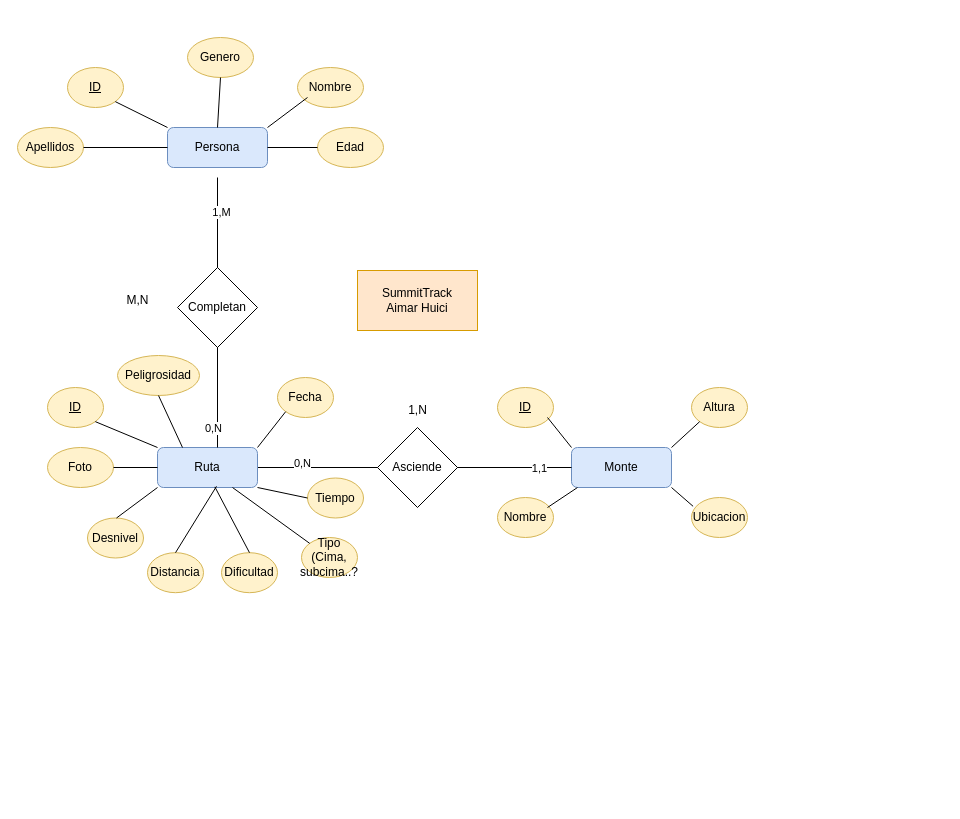
Earlier version of the draw.io diagram SummitTrack.drawio (ahuici/Summitrack). Source tidied: cells renumbered, new cells numbered last; positions are measured from the earlier drawing's top-left corner, leaving out a move shared by most shapes. Both pictures are drawn from the tidied source at 100%, with x=0, y=0 at pixel (17, 37).
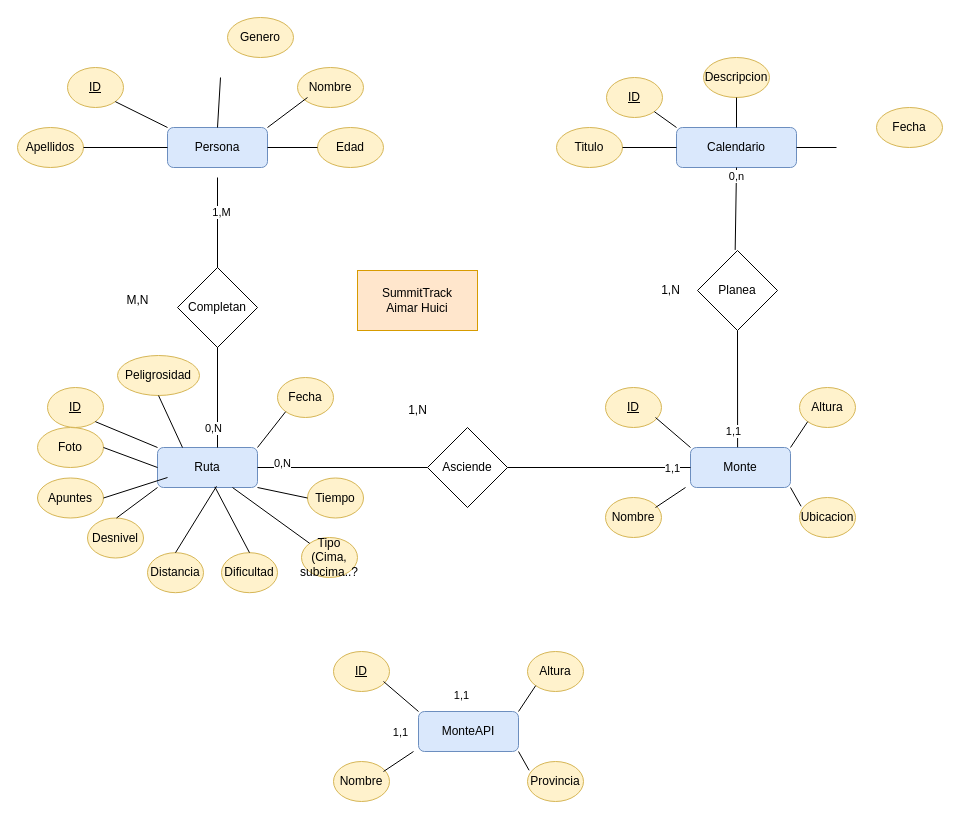
The same diagram, later.

The change refers to these unchanged cells:
```xml
<mxCell id="15" value="Ruta" style="rounded=1;whiteSpace=wrap;html=1;fillColor=#dae8fc;strokeColor=#6c8ebf;" parent="1" vertex="1">
  <mxGeometry x="140" y="410" width="100" height="40" as="geometry" />
</mxCell>
<mxCell id="29" value="Persona" style="rounded=1;whiteSpace=wrap;html=1;fillColor=#dae8fc;strokeColor=#6c8ebf;" parent="1" vertex="1">
  <mxGeometry x="150" y="90" width="100" height="40" as="geometry" />
</mxCell>
```

The edit, as a diff of the source:
```diff
@@
     <mxCell id="3" value="Monte" style="rounded=1;whiteSpace=wrap;html=1;fillColor=#dae8fc;strokeColor=#6c8ebf;" parent="1" vertex="1">
-      <mxGeometry x="554" y="410" width="100" height="40" as="geometry" />
+      <mxGeometry x="673" y="410" width="100" height="40" as="geometry" />
     </mxCell>
     <mxCell id="4" value="Altura" style="ellipse;whiteSpace=wrap;html=1;fillColor=#fff2cc;strokeColor=#d6b656;" parent="1" vertex="1">
-      <mxGeometry x="674" y="350" width="56" height="40" as="geometry" />
+      <mxGeometry x="782" y="350" width="56" height="40" as="geometry" />
     </mxCell>
     <mxCell id="5" value="Nombre" style="ellipse;whiteSpace=wrap;html=1;fillColor=#fff2cc;strokeColor=#d6b656;" parent="1" vertex="1">
-      <mxGeometry x="480" y="460" width="56" height="40" as="geometry" />
+      <mxGeometry x="588" y="460" width="56" height="40" as="geometry" />
     </mxCell>
     <mxCell id="6" style="endArrow=none;html=1;rounded=0;" parent="1" edge="1">
       <mxGeometry relative="1" as="geometry">
-        <mxPoint x="530" y="470" as="sourcePoint" />
-        <mxPoint x="560" y="450" as="targetPoint" />
+        <mxPoint x="638" y="470" as="sourcePoint" />
+        <mxPoint x="668" y="450" as="targetPoint" />
       </mxGeometry>
     </mxCell>
@@
     <mxCell id="8" style="endArrow=none;html=1;rounded=0;entryX=1;entryY=1;entryDx=0;entryDy=0;exitX=0.029;exitY=0.22;exitDx=0;exitDy=0;exitPerimeter=0;" parent="1" edge="1" target="3">
       <mxGeometry relative="1" as="geometry">
-        <mxPoint x="675.6" y="468.8" as="sourcePoint" />
+        <mxPoint x="783.6" y="468.8" as="sourcePoint" />
       </mxGeometry>
     </mxCell>
     <mxCell id="9" value="&lt;u&gt;ID&lt;/u&gt;" style="ellipse;whiteSpace=wrap;html=1;fillColor=#fff2cc;strokeColor=#d6b656;" parent="1" vertex="1">
-      <mxGeometry x="480" y="350" width="56" height="40" as="geometry" />
+      <mxGeometry x="588" y="350" width="56" height="40" as="geometry" />
     </mxCell>
     <mxCell id="10" style="endArrow=none;html=1;rounded=0;entryX=0;entryY=0;entryDx=0;entryDy=0;" parent="1" edge="1" target="3">
       <mxGeometry relative="1" as="geometry">
-        <mxPoint x="530" y="380" as="sourcePoint" />
+        <mxPoint x="638" y="380" as="sourcePoint" />
       </mxGeometry>
     </mxCell>
-    <mxCell id="11" style="endArrow=none;html=1;rounded=0;entryX=0;entryY=0.5;entryDx=0;entryDy=0;exitX=1;exitY=0.5;exitDx=0;exitDy=0;" parent="1" edge="1" source="15" target="3">
+    <mxCell id="11" style="endArrow=none;html=1;rounded=0;entryX=0;entryY=0.5;entryDx=0;entryDy=0;exitX=1;exitY=0.5;exitDx=0;exitDy=0;" parent="1" edge="1" source="14" target="3">
       <mxGeometry relative="1" as="geometry" />
     </mxCell>
@@
-    <mxCell id="13" value="0,N" style="edgeLabel;html=1;align=center;verticalAlign=middle;" parent="11" vertex="1">
-      <mxGeometry x="-0.72" y="5" relative="1" as="geometry" />
-    </mxCell>
-    <mxCell id="14" value="Asciende" style="rhombus;whiteSpace=wrap;html=1;" parent="1" vertex="1">
-      <mxGeometry x="360" y="390" width="80" height="80" as="geometry" />
-    </mxCell>
+    <mxCell id="52" value="1,1" style="edgeLabel;html=1;align=center;verticalAlign=middle;" parent="11" vertex="1">
+      <mxGeometry x="0.79" relative="1" as="geometry">
+        <mxPoint x="-272" y="264" as="offset" />
+      </mxGeometry>
+    </mxCell>
@@
     <mxCell id="26" value="Foto" style="ellipse;whiteSpace=wrap;html=1;fillColor=#fff2cc;strokeColor=#d6b656;" parent="1" vertex="1">
-      <mxGeometry x="30" y="410" width="66" height="40" as="geometry" />
+      <mxGeometry x="20" y="390" width="66" height="40" as="geometry" />
     </mxCell>
@@
     <mxCell id="43" value="Genero" style="ellipse;whiteSpace=wrap;html=1;fillColor=#fff2cc;strokeColor=#d6b656;" parent="1" vertex="1">
-      <mxGeometry x="170" width="66" height="40" as="geometry" />
+      <mxGeometry x="210" y="-20" width="66" height="40" as="geometry" />
     </mxCell>
-    <mxCell id="44" style="endArrow=none;html=1;rounded=0;entryX=0.5;entryY=1;entryDx=0;entryDy=0;exitX=0.5;exitY=0;exitDx=0;exitDy=0;" parent="1" edge="1" source="29" target="43">
-      <mxGeometry relative="1" as="geometry" />
+    <mxCell id="44" style="endArrow=none;html=1;rounded=0;entryX=0.5;entryY=1;entryDx=0;entryDy=0;exitX=0.5;exitY=0;exitDx=0;exitDy=0;" parent="1" edge="1" source="29">
+      <mxGeometry relative="1" as="geometry">
+        <mxPoint x="203" y="40" as="targetPoint" />
+      </mxGeometry>
     </mxCell>
@@
     <mxCell id="51" value="Ubicacion" style="ellipse;whiteSpace=wrap;html=1;fillColor=#fff2cc;strokeColor=#d6b656;" parent="1" vertex="1">
-      <mxGeometry x="674" y="460" width="56" height="40" as="geometry" />
+      <mxGeometry x="782" y="460" width="56" height="40" as="geometry" />
     </mxCell>
+    <mxCell id="53" value="Apuntes" style="ellipse;whiteSpace=wrap;html=1;fillColor=#fff2cc;strokeColor=#d6b656;" parent="1" vertex="1">
+      <mxGeometry x="20" y="440.5" width="66" height="40" as="geometry" />
+    </mxCell>
+    <mxCell id="54" style="endArrow=none;html=1;rounded=0;entryX=0;entryY=0.5;entryDx=0;entryDy=0;exitX=1;exitY=0.5;exitDx=0;exitDy=0;" parent="1" edge="1" source="53">
+      <mxGeometry relative="1" as="geometry">
+        <mxPoint x="150" y="440" as="targetPoint" />
+      </mxGeometry>
+    </mxCell>
+    <mxCell id="55" value="Calendario" style="rounded=1;whiteSpace=wrap;html=1;fillColor=#dae8fc;strokeColor=#6c8ebf;" parent="1" vertex="1">
+      <mxGeometry x="659" y="90" width="120" height="40" as="geometry" />
+    </mxCell>
+    <mxCell id="56" value="&lt;u&gt;ID&lt;/u&gt;" style="ellipse;whiteSpace=wrap;html=1;fillColor=#fff2cc;strokeColor=#d6b656;" parent="1" vertex="1">
+      <mxGeometry x="589" y="40" width="56" height="40" as="geometry" />
+    </mxCell>
+    <mxCell id="57" style="endArrow=none;html=1;rounded=0;entryX=0;entryY=0;entryDx=0;entryDy=0;exitX=1;exitY=1;exitDx=0;exitDy=0;" parent="1" edge="1" source="56" target="55">
+      <mxGeometry relative="1" as="geometry" />
+    </mxCell>
+    <mxCell id="58" value="Fecha" style="ellipse;whiteSpace=wrap;html=1;fillColor=#fff2cc;strokeColor=#d6b656;" parent="1" vertex="1">
+      <mxGeometry x="859" y="70" width="66" height="40" as="geometry" />
+    </mxCell>
+    <mxCell id="59" style="endArrow=none;html=1;rounded=0;entryX=1;entryY=0.5;entryDx=0;entryDy=0;exitX=0;exitY=0.5;exitDx=0;exitDy=0;" parent="1" edge="1" target="55">
+      <mxGeometry relative="1" as="geometry">
+        <mxPoint x="819" y="110" as="sourcePoint" />
+      </mxGeometry>
+    </mxCell>
+    <mxCell id="60" value="Titulo" style="ellipse;whiteSpace=wrap;html=1;fillColor=#fff2cc;strokeColor=#d6b656;" parent="1" vertex="1">
+      <mxGeometry x="539" y="90" width="66" height="40" as="geometry" />
+    </mxCell>
+    <mxCell id="61" style="endArrow=none;html=1;rounded=0;exitX=1;exitY=0.5;exitDx=0;exitDy=0;" parent="1" edge="1" source="60">
+      <mxGeometry relative="1" as="geometry">
+        <mxPoint x="659" y="110" as="targetPoint" />
+      </mxGeometry>
+    </mxCell>
+    <mxCell id="62" value="Descripcion" style="ellipse;whiteSpace=wrap;html=1;fillColor=#fff2cc;strokeColor=#d6b656;" parent="1" vertex="1">
+      <mxGeometry x="686" y="20" width="66" height="40" as="geometry" />
+    </mxCell>
+    <mxCell id="63" style="endArrow=none;html=1;rounded=0;entryX=0.5;entryY=1;entryDx=0;entryDy=0;exitX=0.5;exitY=0;exitDx=0;exitDy=0;" parent="1" edge="1" source="55" target="62">
+      <mxGeometry relative="1" as="geometry" />
+    </mxCell>
+    <mxCell id="64" style="endArrow=none;html=1;rounded=0;entryX=0.5;entryY=1;entryDx=0;entryDy=0;exitX=0.471;exitY=-0.007;exitDx=0;exitDy=0;exitPerimeter=0;" parent="1" edge="1" source="70" target="55">
+      <mxGeometry relative="1" as="geometry" />
+    </mxCell>
+    <mxCell id="65" value="0,n" style="edgeLabel;html=1;align=center;verticalAlign=middle;" parent="64" vertex="1">
+      <mxGeometry x="0.79" relative="1" as="geometry" />
+    </mxCell>
+    <mxCell id="66" value="1,N" style="text;html=1;align=center;verticalAlign=middle;strokeColor=none;fillColor=none;" parent="1" vertex="1">
+      <mxGeometry x="633" y="238" width="40" height="30" as="geometry" />
+    </mxCell>
+    <mxCell id="67" style="endArrow=none;html=1;rounded=0;entryX=0.5;entryY=1;entryDx=0;entryDy=0;exitX=0.471;exitY=-0.007;exitDx=0;exitDy=0;exitPerimeter=0;" parent="1" edge="1" source="3" target="70">
+      <mxGeometry relative="1" as="geometry" />
+    </mxCell>
+    <mxCell id="68" value="1,1" style="edgeLabel;html=1;align=center;verticalAlign=middle;" parent="67" vertex="1">
+      <mxGeometry x="-0.72" y="5" relative="1" as="geometry" />
+    </mxCell>
+    <mxCell id="69" value="1,1" style="edgeLabel;html=1;align=center;verticalAlign=middle;" parent="67" vertex="1">
+      <mxGeometry x="-0.72" y="5" relative="1" as="geometry">
+        <mxPoint x="-272" y="264" as="offset" />
+      </mxGeometry>
+    </mxCell>
+    <mxCell id="70" value="Planea" style="rhombus;whiteSpace=wrap;html=1;" parent="1" vertex="1">
+      <mxGeometry x="680" y="213" width="80" height="80" as="geometry" />
+    </mxCell>
+    <mxCell id="71" value="MonteAPI" style="rounded=1;whiteSpace=wrap;html=1;fillColor=#dae8fc;strokeColor=#6c8ebf;" parent="1" vertex="1">
+      <mxGeometry x="401" y="674" width="100" height="40" as="geometry" />
+    </mxCell>
+    <mxCell id="72" value="Altura" style="ellipse;whiteSpace=wrap;html=1;fillColor=#fff2cc;strokeColor=#d6b656;" parent="1" vertex="1">
+      <mxGeometry x="510" y="614" width="56" height="40" as="geometry" />
+    </mxCell>
+    <mxCell id="73" value="Nombre" style="ellipse;whiteSpace=wrap;html=1;fillColor=#fff2cc;strokeColor=#d6b656;" parent="1" vertex="1">
+      <mxGeometry x="316" y="724" width="56" height="40" as="geometry" />
+    </mxCell>
+    <mxCell id="74" style="endArrow=none;html=1;rounded=0;" parent="1" edge="1">
+      <mxGeometry relative="1" as="geometry">
+        <mxPoint x="366" y="734" as="sourcePoint" />
+        <mxPoint x="396" y="714" as="targetPoint" />
+      </mxGeometry>
+    </mxCell>
+    <mxCell id="75" style="endArrow=none;html=1;rounded=0;entryX=1;entryY=0;entryDx=0;entryDy=0;exitX=0;exitY=1;exitDx=0;exitDy=0;" parent="1" edge="1" source="72" target="71">
+      <mxGeometry relative="1" as="geometry" />
+    </mxCell>
+    <mxCell id="76" style="endArrow=none;html=1;rounded=0;entryX=1;entryY=1;entryDx=0;entryDy=0;exitX=0.029;exitY=0.22;exitDx=0;exitDy=0;exitPerimeter=0;" parent="1" edge="1" target="71">
+      <mxGeometry relative="1" as="geometry">
+        <mxPoint x="511.6" y="732.8" as="sourcePoint" />
+      </mxGeometry>
+    </mxCell>
+    <mxCell id="77" value="&lt;u&gt;ID&lt;/u&gt;" style="ellipse;whiteSpace=wrap;html=1;fillColor=#fff2cc;strokeColor=#d6b656;" parent="1" vertex="1">
+      <mxGeometry x="316" y="614" width="56" height="40" as="geometry" />
+    </mxCell>
+    <mxCell id="78" style="endArrow=none;html=1;rounded=0;entryX=0;entryY=0;entryDx=0;entryDy=0;" parent="1" edge="1" target="71">
+      <mxGeometry relative="1" as="geometry">
+        <mxPoint x="366" y="644" as="sourcePoint" />
+      </mxGeometry>
+    </mxCell>
+    <mxCell id="79" value="Provincia" style="ellipse;whiteSpace=wrap;html=1;fillColor=#fff2cc;strokeColor=#d6b656;" parent="1" vertex="1">
+      <mxGeometry x="510" y="724" width="56" height="40" as="geometry" />
+    </mxCell>
+    <mxCell id="80" style="endArrow=none;html=1;rounded=0;entryX=0;entryY=0.5;entryDx=0;entryDy=0;exitX=1;exitY=0.5;exitDx=0;exitDy=0;" parent="1" edge="1" source="15" target="14">
+      <mxGeometry relative="1" as="geometry" />
+    </mxCell>
+    <mxCell id="13" value="0,N" style="edgeLabel;html=1;align=center;verticalAlign=middle;" parent="80" vertex="1">
+      <mxGeometry x="-0.72" y="5" relative="1" as="geometry" />
+    </mxCell>
+    <mxCell id="14" value="Asciende" style="rhombus;whiteSpace=wrap;html=1;" parent="1" vertex="1">
+      <mxGeometry x="410" y="390" width="80" height="80" as="geometry" />
+    </mxCell>
```
